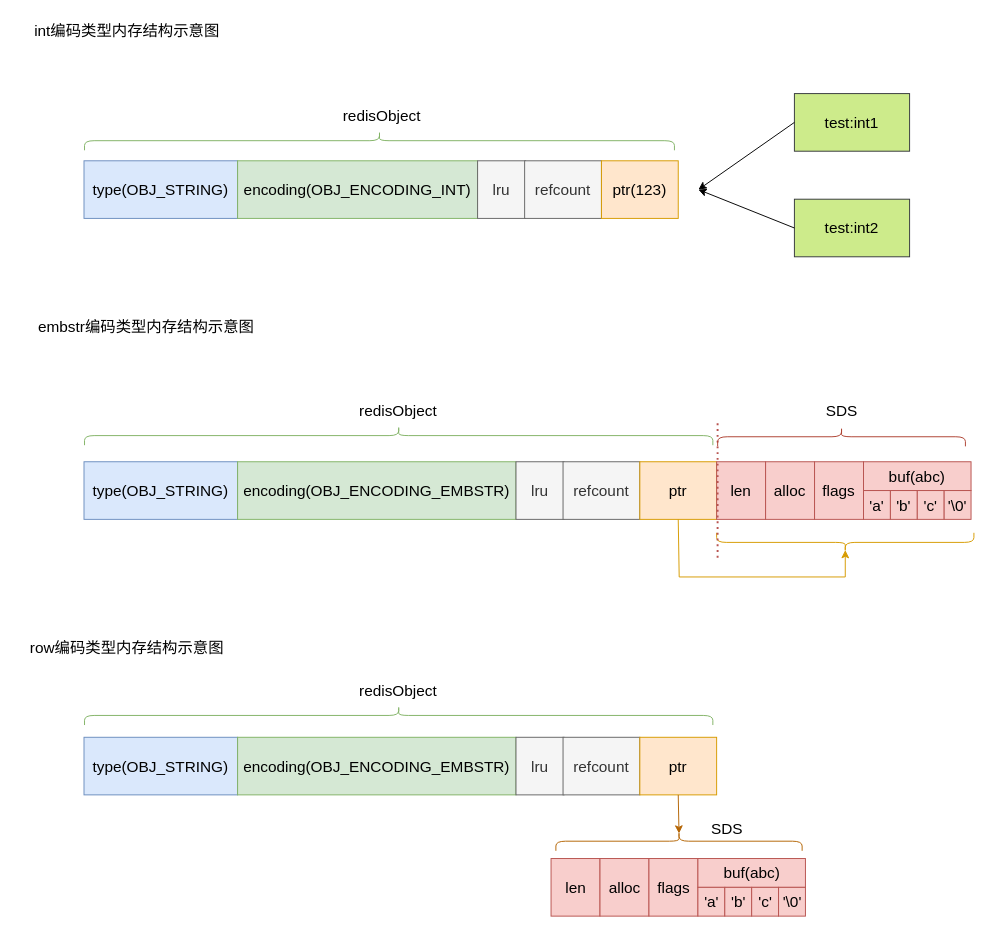
Before: page "Redis-String" (1 of 2) of Redis/Redis.drawio in zhangyuying-cn/images, a draw.io diagram. Source tidied: cells renumbered, new cells numbered last; positions are measured from the earlier drawing's top-left corner, leaving out a move shared by most shapes. Both pictures are drawn from the tidied source at 96%, with x=0, y=0 at pixel (16, -155).
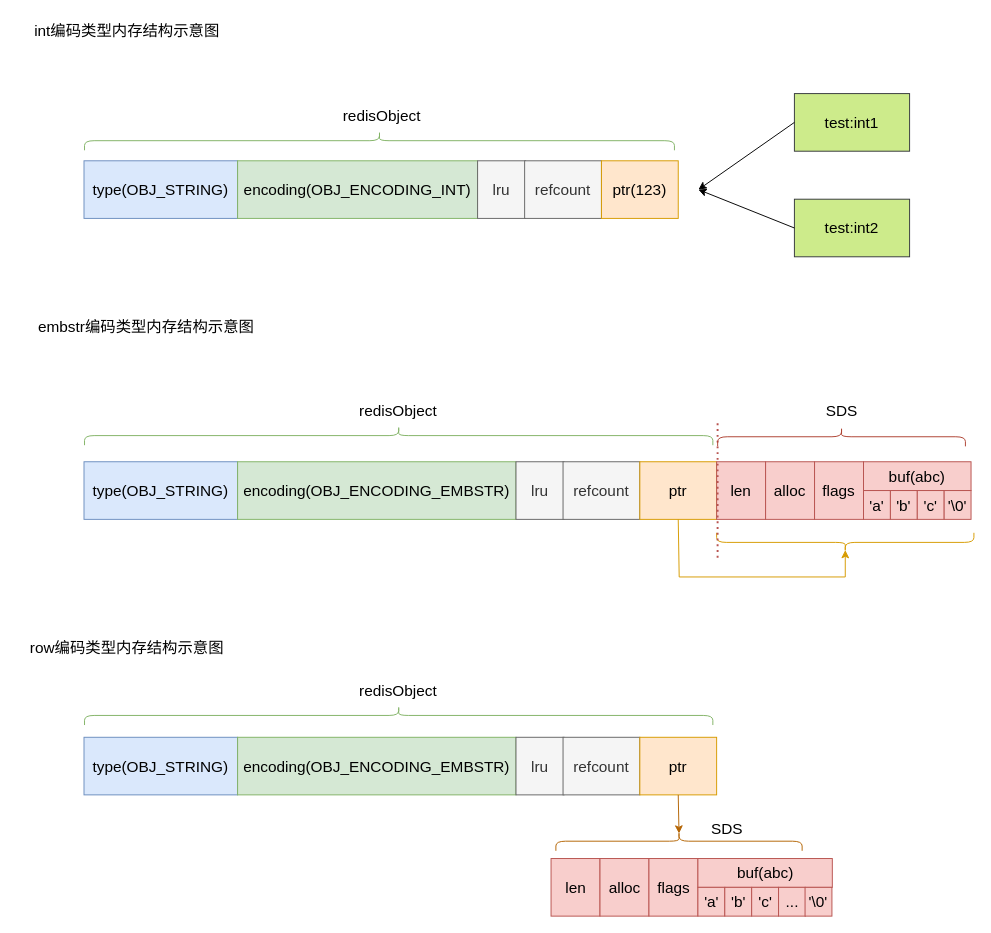
Above is the later version.

Commit message (it also covers changes not shown here):
String-row小点修复

What changed in the source:
```diff
@@
     <mxCell id="40" value="buf(abc)" style="rounded=0;whiteSpace=wrap;html=1;fontSize=16;strokeWidth=1;fillColor=#f8cecc;strokeColor=#b85450;" parent="1" vertex="1">
-      <mxGeometry x="709.5" y="1054.8" width="112" height="30" as="geometry" />
+      <mxGeometry x="709.5" y="1054.8" width="140" height="30" as="geometry" />
     </mxCell>
@@
-    <mxCell id="44" value="'\0'" style="rounded=0;whiteSpace=wrap;html=1;fontSize=16;strokeWidth=1;fillColor=#f8cecc;strokeColor=#b85450;" parent="1" vertex="1">
+    <mxCell id="44" value="..." style="rounded=0;whiteSpace=wrap;html=1;fontSize=16;strokeWidth=1;fillColor=#f8cecc;strokeColor=#b85450;" parent="1" vertex="1">
       <mxGeometry x="793.5" y="1084.8" width="28" height="30" as="geometry" />
     </mxCell>
@@
+    <mxCell id="54" value="'\0'" style="rounded=0;whiteSpace=wrap;html=1;fontSize=16;strokeWidth=1;fillColor=#f8cecc;strokeColor=#b85450;" parent="1" vertex="1">
+      <mxGeometry x="821.1" y="1084.8" width="28" height="30" as="geometry" />
+    </mxCell>
```
